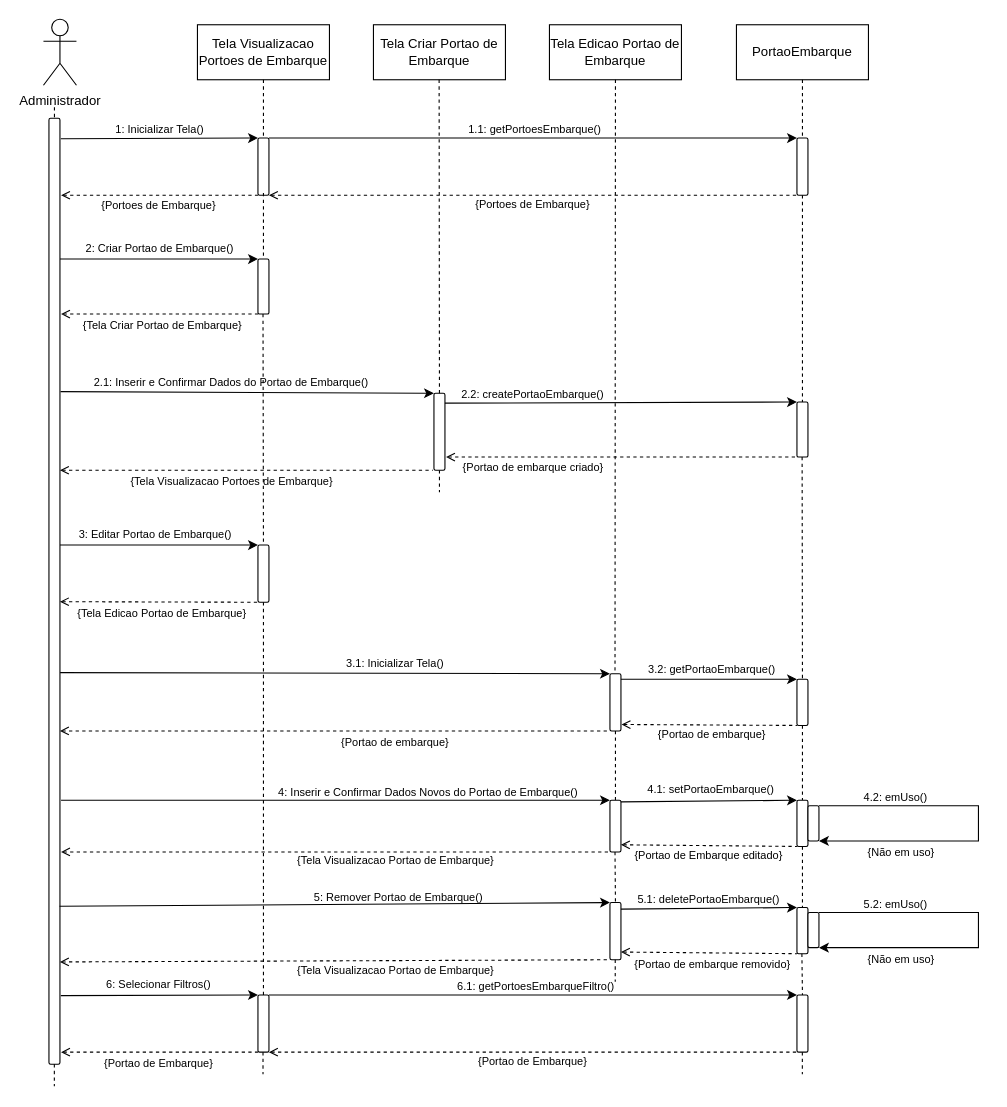
Above: Diagramas/Eng_de_Software/Modelos/Sequencia/Manter_Portoes_de_Embarque.drawio in GabrielGMori/trabalho-conclus-o-ano (draw.io), before the change. Source tidied: cells renumbered, new cells numbered last; positions are measured from the earlier drawing's top-left corner, leaving out a move shared by most shapes. Both pictures are drawn from the tidied source at 110%, with x=0, y=0 at pixel (43, 19).
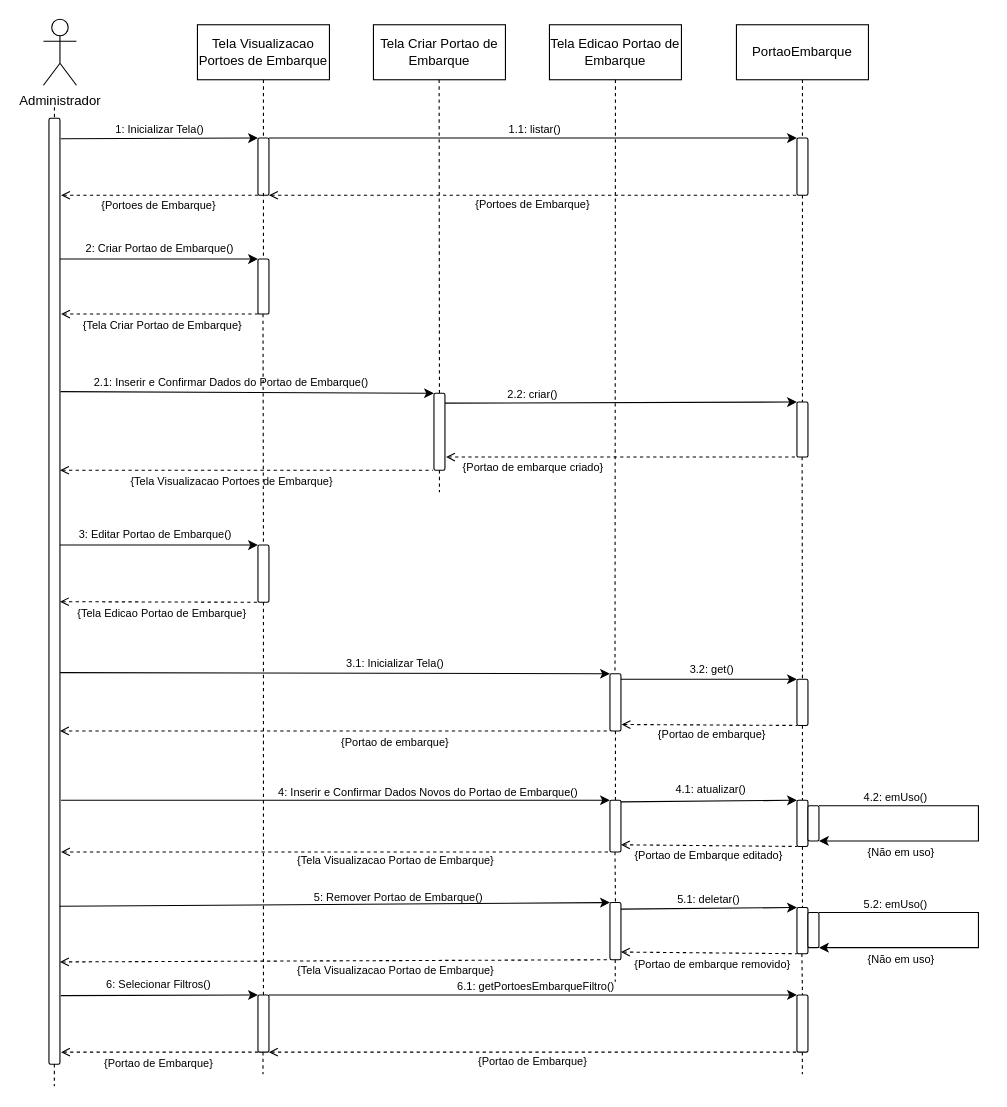
After the change.

Diff of the diagram source:
```diff
@@
-    <mxCell id="22" value="2.2: createPortaoEmbarque()" style="text;html=1;align=center;verticalAlign=middle;whiteSpace=wrap;rounded=0;fontSize=10;" parent="1" vertex="1">
+    <mxCell id="22" value="2.2: criar()" style="text;html=1;align=center;verticalAlign=middle;whiteSpace=wrap;rounded=0;fontSize=10;" parent="1" vertex="1">
       <mxGeometry x="345" y="331" width="200" height="20" as="geometry" />
     </mxCell>
@@
-    <mxCell id="34" value="&lt;font&gt;3.2: getPortaoEmbarque&lt;/font&gt;&lt;font&gt;()&lt;/font&gt;" style="text;html=1;align=center;verticalAlign=middle;whiteSpace=wrap;rounded=0;fontSize=10;" parent="1" vertex="1">
+    <mxCell id="34" value="&lt;font&gt;3.2: get&lt;/font&gt;&lt;font&gt;()&lt;/font&gt;" style="text;html=1;align=center;verticalAlign=middle;whiteSpace=wrap;rounded=0;fontSize=10;" parent="1" vertex="1">
       <mxGeometry x="528" y="581" width="160" height="20" as="geometry" />
     </mxCell>
@@
-    <mxCell id="49" value="&lt;font&gt;1.1: get&lt;/font&gt;PortoesEmbarque&lt;font&gt;()&lt;/font&gt;" style="text;html=1;align=center;verticalAlign=middle;whiteSpace=wrap;rounded=0;fontSize=10;" parent="1" vertex="1">
+    <mxCell id="49" value="&lt;font&gt;1.1: listar&lt;/font&gt;&lt;font&gt;()&lt;/font&gt;" style="text;html=1;align=center;verticalAlign=middle;whiteSpace=wrap;rounded=0;fontSize=10;" parent="1" vertex="1">
       <mxGeometry x="367" y="90" width="160" height="20" as="geometry" />
     </mxCell>
@@
-    <mxCell id="68" value="&lt;font&gt;5.1: delete&lt;/font&gt;PortaoEmbarque&lt;font&gt;()&lt;/font&gt;" style="text;html=1;align=center;verticalAlign=middle;whiteSpace=wrap;rounded=0;fontSize=10;" parent="1" vertex="1">
+    <mxCell id="68" value="&lt;font&gt;5.1: deletar&lt;/font&gt;&lt;font&gt;()&lt;/font&gt;" style="text;html=1;align=center;verticalAlign=middle;whiteSpace=wrap;rounded=0;fontSize=10;" parent="1" vertex="1">
       <mxGeometry x="525" y="789.5" width="160" height="20" as="geometry" />
     </mxCell>
@@
-    <mxCell id="99" value="&lt;font&gt;4.1: setPortaoEmbarque&lt;/font&gt;&lt;font&gt;()&lt;/font&gt;" style="text;html=1;align=center;verticalAlign=middle;whiteSpace=wrap;rounded=0;fontSize=10;" parent="1" vertex="1">
+    <mxCell id="99" value="&lt;font&gt;4.1: atualizar&lt;/font&gt;&lt;font&gt;()&lt;/font&gt;" style="text;html=1;align=center;verticalAlign=middle;whiteSpace=wrap;rounded=0;fontSize=10;" parent="1" vertex="1">
       <mxGeometry x="527" y="690" width="160" height="20" as="geometry" />
     </mxCell>
```
